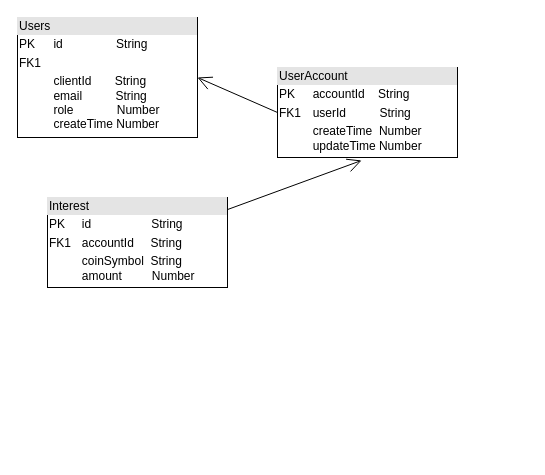
Earlier version of the draw.io diagram noops table structure.drawio (zazhou-cn/hello-world). Source tidied: cells renumbered, new cells numbered last; positions are measured from the earlier drawing's top-left corner, leaving out a move shared by most shapes. Both pictures are drawn from the tidied source at 100%, with x=0, y=0 at pixel (17, 17).
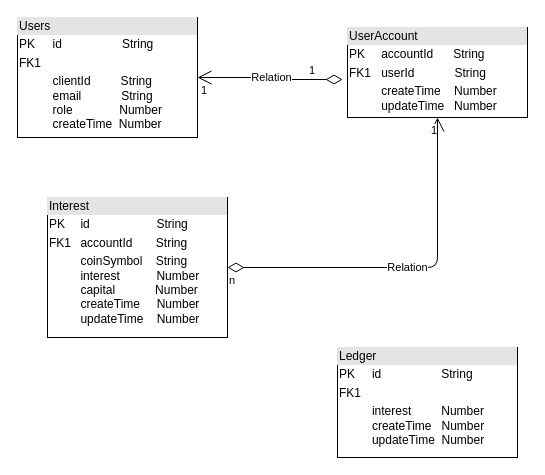
The same diagram, later.

The edit, as a diff of the source:
```diff
@@
 <mxGraphModel>
   <root>
     <mxCell id="0" />
     <mxCell id="1" parent="0" />
-    <mxCell id="2" value="&lt;div style=&quot;box-sizing: border-box ; width: 100% ; background: #e4e4e4 ; padding: 2px&quot;&gt;Users&lt;/div&gt;&lt;table style=&quot;width: 100% ; font-size: 1em&quot; cellpadding=&quot;2&quot; cellspacing=&quot;0&quot;&gt;&lt;tbody&gt;&lt;tr&gt;&lt;td&gt;PK&lt;/td&gt;&lt;td&gt;id&amp;nbsp; &amp;nbsp; &amp;nbsp; &amp;nbsp; &amp;nbsp; &amp;nbsp; &amp;nbsp; &amp;nbsp; String&lt;/td&gt;&lt;/tr&gt;&lt;tr&gt;&lt;td&gt;FK1&lt;/td&gt;&lt;td&gt;&lt;br&gt;&lt;/td&gt;&lt;/tr&gt;&lt;tr&gt;&lt;td&gt;&lt;/td&gt;&lt;td&gt;clientId&amp;nbsp; &amp;nbsp; &amp;nbsp; &amp;nbsp;String&lt;br&gt;email&amp;nbsp; &amp;nbsp; &amp;nbsp; &amp;nbsp; &amp;nbsp; String&lt;br&gt;role&amp;nbsp; &amp;nbsp; &amp;nbsp; &amp;nbsp; &amp;nbsp; &amp;nbsp; &amp;nbsp;Number&lt;br&gt;createTime Number&lt;br&gt;&lt;br&gt;&lt;br&gt;&lt;/td&gt;&lt;/tr&gt;&lt;/tbody&gt;&lt;/table&gt;" style="verticalAlign=top;align=left;overflow=fill;html=1;" parent="1" vertex="1">
+    <mxCell id="2" value="&lt;div style=&quot;box-sizing: border-box ; width: 100% ; background: #e4e4e4 ; padding: 2px&quot;&gt;Users&lt;/div&gt;&lt;table style=&quot;width: 100% ; font-size: 1em&quot; cellpadding=&quot;2&quot; cellspacing=&quot;0&quot;&gt;&lt;tbody&gt;&lt;tr&gt;&lt;td&gt;PK&lt;/td&gt;&lt;td&gt;id&amp;nbsp; &amp;nbsp; &amp;nbsp; &amp;nbsp; &amp;nbsp; &amp;nbsp; &amp;nbsp; &amp;nbsp; &amp;nbsp; String&lt;/td&gt;&lt;/tr&gt;&lt;tr&gt;&lt;td&gt;FK1&lt;/td&gt;&lt;td&gt;&lt;br&gt;&lt;/td&gt;&lt;/tr&gt;&lt;tr&gt;&lt;td&gt;&lt;/td&gt;&lt;td&gt;clientId&amp;nbsp; &amp;nbsp; &amp;nbsp; &amp;nbsp; &amp;nbsp;String&lt;br&gt;email&amp;nbsp; &amp;nbsp; &amp;nbsp; &amp;nbsp; &amp;nbsp; &amp;nbsp; String&lt;br&gt;role&amp;nbsp; &amp;nbsp; &amp;nbsp; &amp;nbsp; &amp;nbsp; &amp;nbsp; &amp;nbsp; Number&lt;br&gt;createTime&amp;nbsp; Number&lt;br&gt;&lt;br&gt;&lt;br&gt;&lt;/td&gt;&lt;/tr&gt;&lt;/tbody&gt;&lt;/table&gt;" style="verticalAlign=top;align=left;overflow=fill;html=1;" parent="1" vertex="1">
       <mxGeometry width="180" height="120" as="geometry" />
     </mxCell>
-    <mxCell id="3" value="&lt;div style=&quot;box-sizing: border-box ; width: 100% ; background: #e4e4e4 ; padding: 2px&quot;&gt;UserAccount&lt;/div&gt;&lt;table style=&quot;width: 100% ; font-size: 1em&quot; cellpadding=&quot;2&quot; cellspacing=&quot;0&quot;&gt;&lt;tbody&gt;&lt;tr&gt;&lt;td&gt;PK&lt;/td&gt;&lt;td&gt;accountId&amp;nbsp; &amp;nbsp; String&lt;/td&gt;&lt;/tr&gt;&lt;tr&gt;&lt;td&gt;FK1&lt;/td&gt;&lt;td&gt;userId&amp;nbsp; &amp;nbsp; &amp;nbsp; &amp;nbsp; &amp;nbsp; String&lt;/td&gt;&lt;/tr&gt;&lt;tr&gt;&lt;td&gt;&lt;/td&gt;&lt;td&gt;createTime&amp;nbsp; Number&lt;br&gt;updateTime Number&lt;/td&gt;&lt;/tr&gt;&lt;/tbody&gt;&lt;/table&gt;" style="verticalAlign=top;align=left;overflow=fill;html=1;" parent="1" vertex="1">
-      <mxGeometry x="260" y="50" width="180" height="90" as="geometry" />
+    <mxCell id="3" value="&lt;div style=&quot;box-sizing: border-box ; width: 100% ; background: #e4e4e4 ; padding: 2px&quot;&gt;UserAccount&lt;/div&gt;&lt;table style=&quot;width: 100% ; font-size: 1em&quot; cellpadding=&quot;2&quot; cellspacing=&quot;0&quot;&gt;&lt;tbody&gt;&lt;tr&gt;&lt;td&gt;PK&lt;/td&gt;&lt;td&gt;accountId&amp;nbsp; &amp;nbsp; &amp;nbsp; String&lt;/td&gt;&lt;/tr&gt;&lt;tr&gt;&lt;td&gt;FK1&lt;/td&gt;&lt;td&gt;userId&amp;nbsp; &amp;nbsp; &amp;nbsp; &amp;nbsp; &amp;nbsp; &amp;nbsp; String&lt;/td&gt;&lt;/tr&gt;&lt;tr&gt;&lt;td&gt;&lt;/td&gt;&lt;td&gt;createTime&amp;nbsp; &amp;nbsp; Number&lt;br&gt;updateTime&amp;nbsp; &amp;nbsp;Number&lt;/td&gt;&lt;/tr&gt;&lt;/tbody&gt;&lt;/table&gt;" style="verticalAlign=top;align=left;overflow=fill;html=1;" parent="1" vertex="1">
+      <mxGeometry x="330" y="10" width="180" height="90" as="geometry" />
     </mxCell>
-    <mxCell id="4" style="endArrow=open;endFill=1;endSize=12;html=1;exitX=0;exitY=0.5;exitDx=0;exitDy=0;entryX=1;entryY=0.5;entryDx=0;entryDy=0;" parent="1" edge="1" source="3" target="2">
-      <mxGeometry relative="1" as="geometry" />
-    </mxCell>
-    <mxCell id="5" value="&lt;div style=&quot;box-sizing: border-box ; width: 100% ; background: #e4e4e4 ; padding: 2px&quot;&gt;Interest&lt;/div&gt;&lt;table style=&quot;width: 100% ; font-size: 1em&quot; cellpadding=&quot;2&quot; cellspacing=&quot;0&quot;&gt;&lt;tbody&gt;&lt;tr&gt;&lt;td&gt;PK&lt;/td&gt;&lt;td&gt;id&amp;nbsp; &amp;nbsp; &amp;nbsp; &amp;nbsp; &amp;nbsp; &amp;nbsp; &amp;nbsp; &amp;nbsp; &amp;nbsp; String&lt;/td&gt;&lt;/tr&gt;&lt;tr&gt;&lt;td&gt;FK1&lt;/td&gt;&lt;td&gt;accountId&amp;nbsp; &amp;nbsp; &amp;nbsp;String&lt;/td&gt;&lt;/tr&gt;&lt;tr&gt;&lt;td&gt;&lt;/td&gt;&lt;td&gt;coinSymbol&amp;nbsp; String&lt;br&gt;amount&amp;nbsp; &amp;nbsp; &amp;nbsp; &amp;nbsp; &amp;nbsp;Number&lt;/td&gt;&lt;/tr&gt;&lt;/tbody&gt;&lt;/table&gt;" style="verticalAlign=top;align=left;overflow=fill;html=1;" parent="1" vertex="1">
-      <mxGeometry x="30" y="180" width="180" height="90" as="geometry" />
+    <mxCell id="5" value="&lt;div style=&quot;box-sizing: border-box ; width: 100% ; background: #e4e4e4 ; padding: 2px&quot;&gt;Interest&lt;/div&gt;&lt;table style=&quot;width: 100% ; font-size: 1em&quot; cellpadding=&quot;2&quot; cellspacing=&quot;0&quot;&gt;&lt;tbody&gt;&lt;tr&gt;&lt;td&gt;PK&lt;/td&gt;&lt;td&gt;id&amp;nbsp; &amp;nbsp; &amp;nbsp; &amp;nbsp; &amp;nbsp; &amp;nbsp; &amp;nbsp; &amp;nbsp; &amp;nbsp; &amp;nbsp; String&lt;/td&gt;&lt;/tr&gt;&lt;tr&gt;&lt;td&gt;FK1&lt;/td&gt;&lt;td&gt;accountId&amp;nbsp; &amp;nbsp; &amp;nbsp; &amp;nbsp;String&lt;/td&gt;&lt;/tr&gt;&lt;tr&gt;&lt;td&gt;&lt;/td&gt;&lt;td&gt;coinSymbol&amp;nbsp; &amp;nbsp; String&lt;br&gt;interest&amp;nbsp; &amp;nbsp; &amp;nbsp; &amp;nbsp; &amp;nbsp; &amp;nbsp;Number&lt;br&gt;capital&amp;nbsp; &amp;nbsp; &amp;nbsp; &amp;nbsp; &amp;nbsp; &amp;nbsp; Number&lt;br&gt;createTime&amp;nbsp; &amp;nbsp; &amp;nbsp;Number&lt;br&gt;updateTime&amp;nbsp; &amp;nbsp; Number&lt;/td&gt;&lt;/tr&gt;&lt;/tbody&gt;&lt;/table&gt;" style="verticalAlign=top;align=left;overflow=fill;html=1;" parent="1" vertex="1">
+      <mxGeometry x="30" y="180" width="180" height="140" as="geometry" />
     </mxCell>
-    <mxCell id="6" style="endArrow=open;endFill=1;endSize=12;html=1;entryX=0.467;entryY=1.033;entryDx=0;entryDy=0;entryPerimeter=0;" parent="1" edge="1" source="5" target="3">
+    <mxCell id="6" value="Relation" style="endArrow=open;html=1;endSize=12;startArrow=diamondThin;startSize=14;startFill=0;edgeStyle=orthogonalEdgeStyle;entryX=0.5;entryY=1;entryDx=0;entryDy=0;" parent="1" edge="1" source="5" target="3">
       <mxGeometry relative="1" as="geometry" />
     </mxCell>
+    <mxCell id="7" value="n" style="edgeLabel;html=1;align=left;verticalAlign=top;" parent="6" vertex="1">
+      <mxGeometry x="-1" relative="1" as="geometry" />
+    </mxCell>
+    <mxCell id="8" value="1" style="edgeLabel;html=1;align=right;verticalAlign=top;" parent="6" vertex="1">
+      <mxGeometry x="1" relative="1" as="geometry" />
+    </mxCell>
+    <mxCell id="4" value="Relation" style="endArrow=open;html=1;endSize=12;startArrow=diamondThin;startSize=14;startFill=0;edgeStyle=orthogonalEdgeStyle;exitX=-0.028;exitY=0.578;exitDx=0;exitDy=0;exitPerimeter=0;entryX=1;entryY=0.5;entryDx=0;entryDy=0;" parent="1" edge="1" source="3" target="2">
+      <mxGeometry relative="1" as="geometry" />
+    </mxCell>
+    <mxCell id="9" value="1" style="edgeLabel;html=1;align=left;verticalAlign=top;" parent="4" vertex="1">
+      <mxGeometry x="-1" relative="1" as="geometry">
+        <mxPoint x="-35" y="-22" as="offset" />
+      </mxGeometry>
+    </mxCell>
+    <mxCell id="10" value="1" style="edgeLabel;html=1;align=right;verticalAlign=top;" parent="4" vertex="1">
+      <mxGeometry x="1" relative="1" as="geometry">
+        <mxPoint x="10" as="offset" />
+      </mxGeometry>
+    </mxCell>
+    <mxCell id="11" value="&lt;div style=&quot;box-sizing: border-box ; width: 100% ; background: #e4e4e4 ; padding: 2px&quot;&gt;Ledger&lt;/div&gt;&lt;table style=&quot;width: 100% ; font-size: 1em&quot; cellpadding=&quot;2&quot; cellspacing=&quot;0&quot;&gt;&lt;tbody&gt;&lt;tr&gt;&lt;td&gt;PK&lt;/td&gt;&lt;td&gt;id&amp;nbsp; &amp;nbsp; &amp;nbsp; &amp;nbsp; &amp;nbsp; &amp;nbsp; &amp;nbsp; &amp;nbsp; &amp;nbsp; String&lt;/td&gt;&lt;/tr&gt;&lt;tr&gt;&lt;td&gt;FK1&lt;/td&gt;&lt;td&gt;&lt;br&gt;&lt;/td&gt;&lt;/tr&gt;&lt;tr&gt;&lt;td&gt;&lt;/td&gt;&lt;td&gt;interest&amp;nbsp; &amp;nbsp; &amp;nbsp; &amp;nbsp; &amp;nbsp;Number&lt;br&gt;createTime&amp;nbsp; &amp;nbsp;Number&lt;br&gt;updateTime&amp;nbsp; Number&lt;/td&gt;&lt;/tr&gt;&lt;/tbody&gt;&lt;/table&gt;" style="verticalAlign=top;align=left;overflow=fill;html=1;" parent="1" vertex="1">
+      <mxGeometry x="320" y="330" width="180" height="110" as="geometry" />
+    </mxCell>
   </root>
 </mxGraphModel>
```
